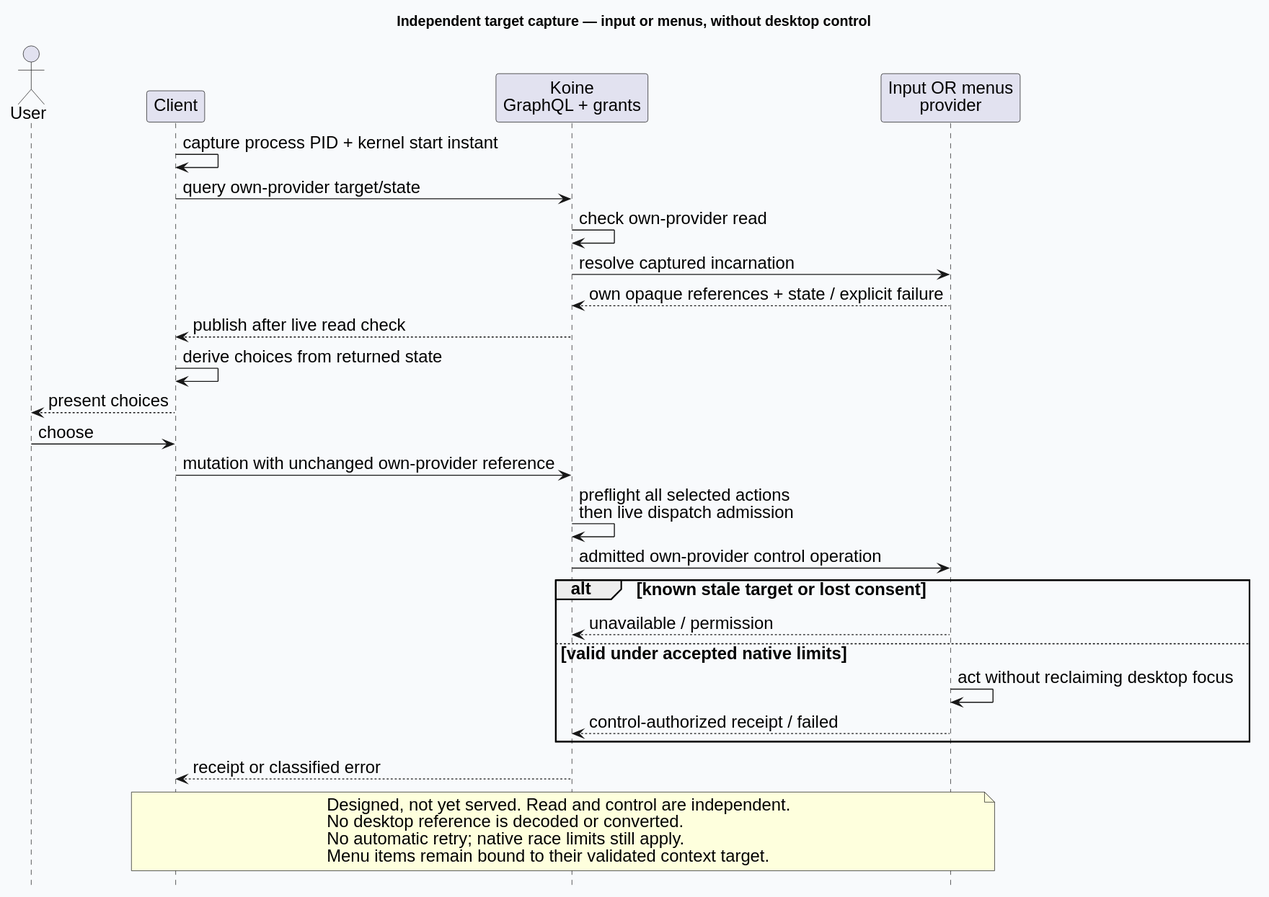
Linkuistics/Koine keeps this PlantUML diagram as docs/design/architecture/workflow-targets.svg. Above is the earlier version.
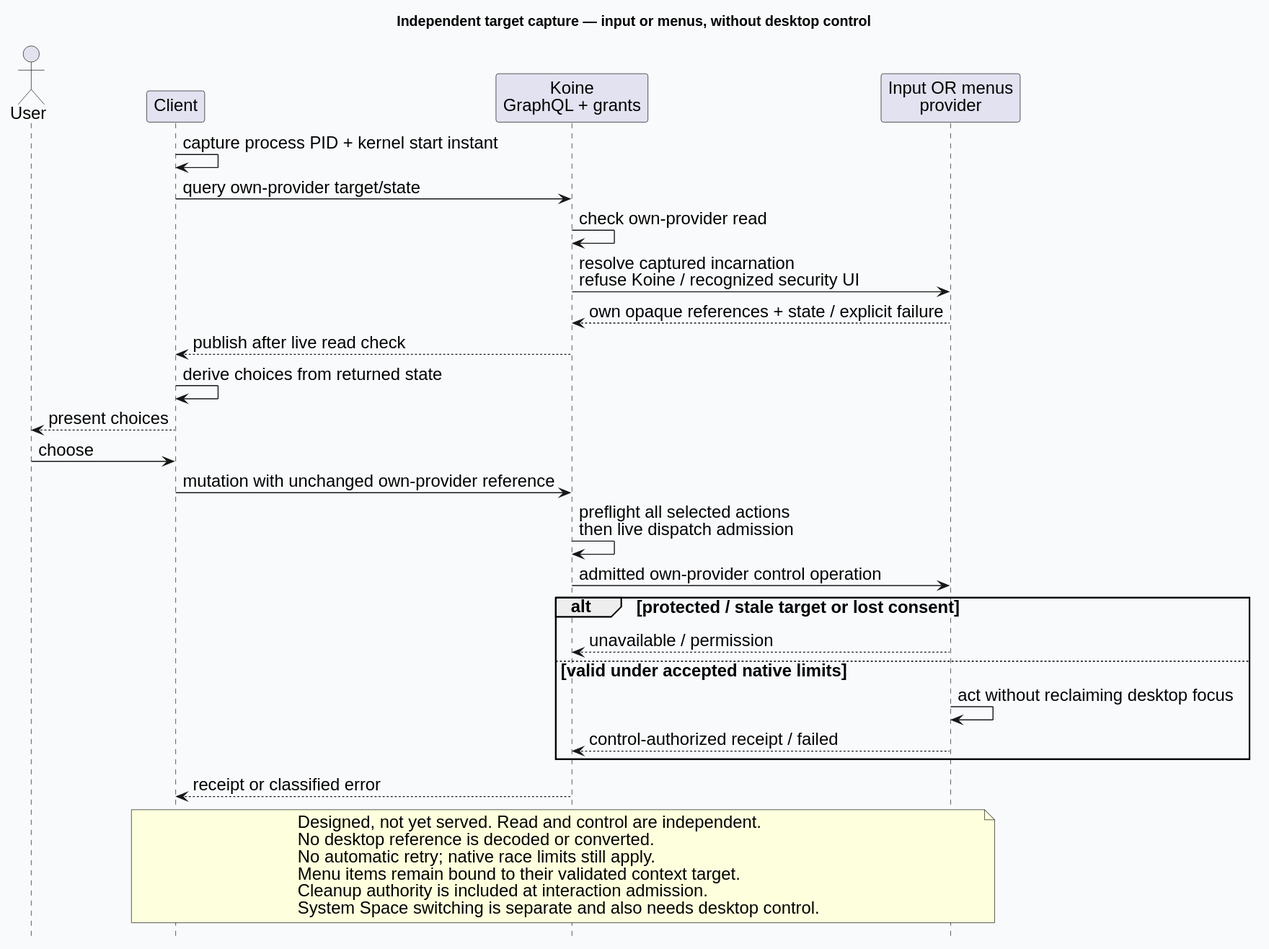
Later version of the same file.

What changed in the source:
```diff
@@ -12,7 +12,7 @@
 Client -> Client: capture process PID + kernel start instant
 Client -> Host: query own-provider target/state
 Host -> Host: check own-provider read
-Host -> Provider: resolve captured incarnation
+Host -> Provider: resolve captured incarnation\nrefuse Koine / recognized security UI
 Provider --> Host: own opaque references + state / explicit failure
 Host --> Client: publish after live read check
 Client -> Client: derive choices from returned state
@@ -21,7 +21,7 @@
 Client -> Host: mutation with unchanged own-provider reference
 Host -> Host: preflight all selected actions\nthen live dispatch admission
 Host -> Provider: admitted own-provider control operation
-alt known stale target or lost consent
+alt protected / stale target or lost consent
 Provider --> Host: unavailable / permission
 else valid under accepted native limits
 Provider -> Provider: act without reclaiming desktop focus
@@ -33,5 +33,7 @@
 No desktop reference is decoded or converted.
 No automatic retry; native race limits still apply.
 Menu items remain bound to their validated context target.
+Cleanup authority is included at interaction admission.
+System Space switching is separate and also needs desktop control.
 end note
 @enduml
```
